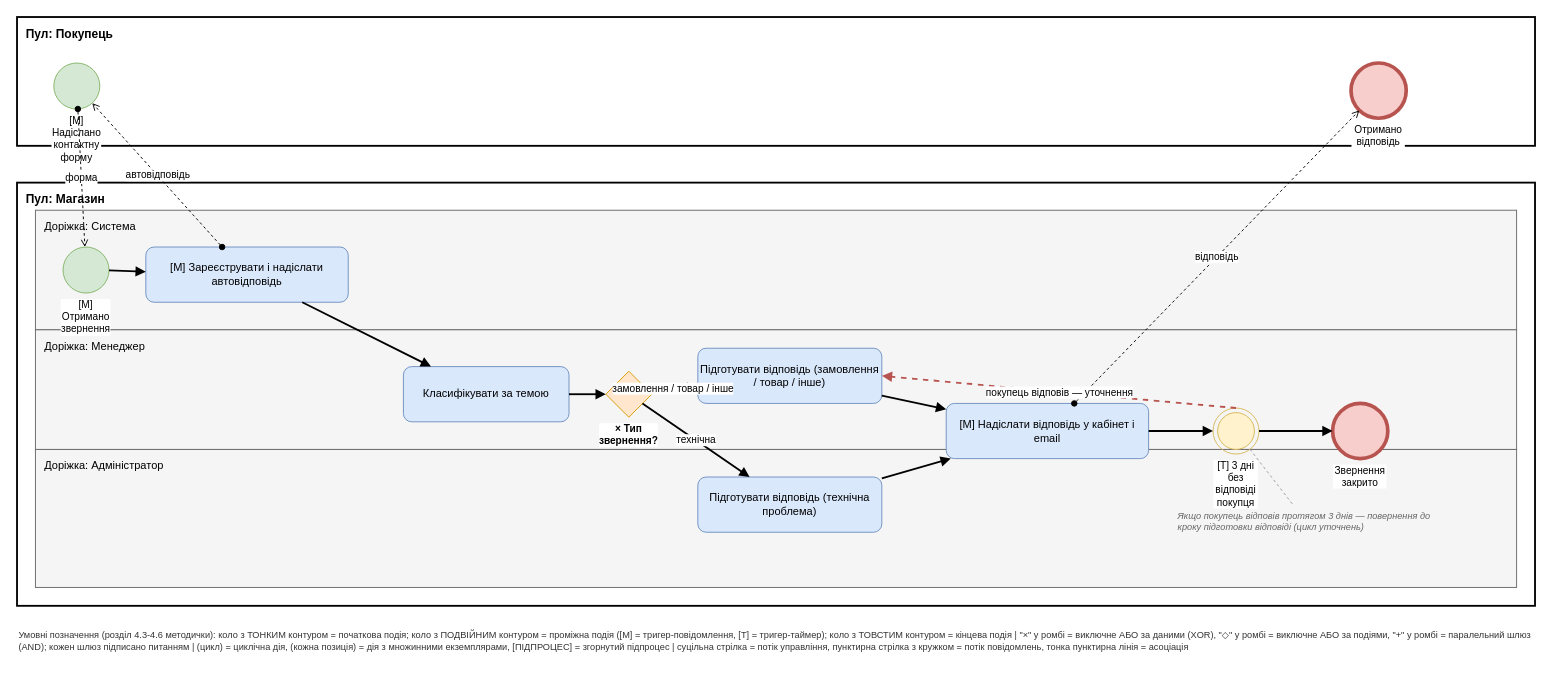
Earlier version of the draw.io diagram docs/sprint1/bpmn/03_zvernennya.drawio (vladyslavplotko/shopline-qa-team2b). Source tidied: cells renumbered, new cells numbered last; positions are measured from the earlier drawing's top-left corner, leaving out a move shared by most shapes. Both pictures are drawn from the tidied source at 92%, with x=0, y=0 at pixel (17, 17).
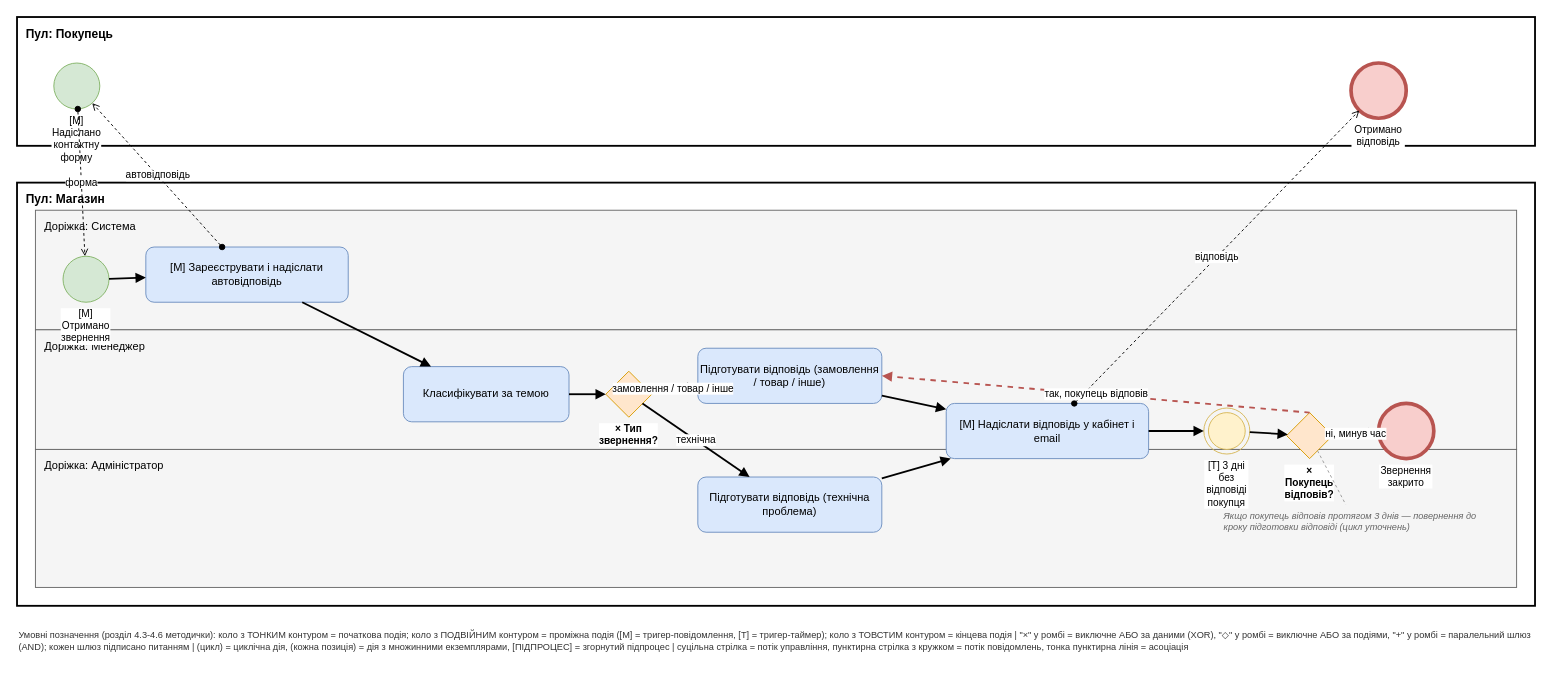
The same diagram, later.

Unchanged cells that the change refers to:
```xml
<mxCell id="3" value="[M] Надіслано контактну форму" style="ellipse;whiteSpace=wrap;html=1;strokeWidth=1;fillColor=#d5e8d4;strokeColor=#82b366;verticalLabelPosition=bottom;verticalAlign=top;labelBackgroundColor=#ffffff;fontSize=11;" parent="1" vertex="1">
  <mxGeometry x="40" y="50" width="50" height="50" as="geometry" />
</mxCell>
<mxCell id="4" value="Отримано відповідь" style="ellipse;whiteSpace=wrap;html=1;strokeWidth=4;fillColor=#f8cecc;strokeColor=#b85450;verticalLabelPosition=bottom;verticalAlign=top;labelBackgroundColor=#ffffff;fontSize=11;" parent="1" vertex="1">
  <mxGeometry x="1450" y="50" width="60" height="60" as="geometry" />
</mxCell>
<mxCell id="10" value="[M] Зареєструвати і надіслати автовідповідь" style="rounded=1;whiteSpace=wrap;html=1;fillColor=#dae8fc;strokeColor=#6c8ebf;fontSize=12;" parent="1" vertex="1">
  <mxGeometry x="140" y="250" width="220" height="60" as="geometry" />
</mxCell>
<mxCell id="11" value="Класифікувати за темою" style="rounded=1;whiteSpace=wrap;html=1;fillColor=#dae8fc;strokeColor=#6c8ebf;fontSize=12;" parent="1" vertex="1">
  <mxGeometry x="420" y="380" width="180" height="60" as="geometry" />
</mxCell>
<mxCell id="12" value="× Тип звернення?" style="rhombus;whiteSpace=wrap;html=1;fillColor=#ffe6cc;strokeColor=#d79b00;verticalLabelPosition=bottom;verticalAlign=top;labelBackgroundColor=#ffffff;fontSize=11;fontStyle=1;" parent="1" vertex="1">
  <mxGeometry x="640" y="385" width="50" height="50" as="geometry" />
</mxCell>
<mxCell id="13" value="Підготувати відповідь (замовлення / товар / інше)" style="rounded=1;whiteSpace=wrap;html=1;fillColor=#dae8fc;strokeColor=#6c8ebf;fontSize=12;" parent="1" vertex="1">
  <mxGeometry x="740" y="360" width="200" height="60" as="geometry" />
</mxCell>
<mxCell id="14" value="Підготувати відповідь (технічна проблема)" style="rounded=1;whiteSpace=wrap;html=1;fillColor=#dae8fc;strokeColor=#6c8ebf;fontSize=12;" parent="1" vertex="1">
  <mxGeometry x="740" y="500" width="200" height="60" as="geometry" />
</mxCell>
<mxCell id="15" value="[M] Надіслати відповідь у кабінет і email" style="rounded=1;whiteSpace=wrap;html=1;fillColor=#dae8fc;strokeColor=#6c8ebf;fontSize=12;" parent="1" vertex="1">
  <mxGeometry x="1010" y="420" width="220" height="60" as="geometry" />
</mxCell>
```

What changed in the source:
```diff
@@
     <mxCell id="9" value="[M] Отримано звернення" style="ellipse;whiteSpace=wrap;html=1;strokeWidth=1;fillColor=#d5e8d4;strokeColor=#82b366;verticalLabelPosition=bottom;verticalAlign=top;labelBackgroundColor=#ffffff;fontSize=11;" parent="1" vertex="1">
-      <mxGeometry x="50" y="250" width="50" height="50" as="geometry" />
+      <mxGeometry x="50" y="260" width="50" height="50" as="geometry" />
     </mxCell>
@@
     <mxCell id="16" value="[T] 3 дні без відповіді покупця" style="ellipse;whiteSpace=wrap;html=1;strokeWidth=1;fillColor=none;strokeColor=#d6b656;verticalLabelPosition=bottom;verticalAlign=top;labelBackgroundColor=#ffffff;fontSize=11;" parent="1" vertex="1">
-      <mxGeometry x="1300" y="425" width="50" height="50" as="geometry" />
+      <mxGeometry x="1290" y="425" width="50" height="50" as="geometry" />
     </mxCell>
     <mxCell id="17" style="ellipse;whiteSpace=wrap;html=1;strokeWidth=1;fillColor=#fff2cc;strokeColor=#d6b656;" parent="1" vertex="1">
-      <mxGeometry x="1305" y="430" width="40" height="40" as="geometry" />
+      <mxGeometry x="1295" y="430" width="40" height="40" as="geometry" />
     </mxCell>
-    <mxCell id="18" value="Звернення закрито" style="ellipse;whiteSpace=wrap;html=1;strokeWidth=4;fillColor=#f8cecc;strokeColor=#b85450;verticalLabelPosition=bottom;verticalAlign=top;labelBackgroundColor=#ffffff;fontSize=11;" parent="1" vertex="1">
-      <mxGeometry x="1430" y="420" width="60" height="60" as="geometry" />
+    <mxCell id="18" value="× Покупець відповів?" style="rhombus;whiteSpace=wrap;html=1;fillColor=#ffe6cc;strokeColor=#d79b00;verticalLabelPosition=bottom;verticalAlign=top;labelBackgroundColor=#ffffff;fontSize=11;fontStyle=1;" parent="1" vertex="1">
+      <mxGeometry x="1380" y="430" width="50" height="50" as="geometry" />
     </mxCell>
-    <mxCell id="19" value="Якщо покупець відповів протягом 3 днів — повернення до кроку підготовки відповіді (цикл уточнень)" style="text;html=1;align=left;verticalAlign=top;whiteSpace=wrap;fontSize=10;fontStyle=2;fontColor=#666666;" parent="1" vertex="1">
-      <mxGeometry x="1260" y="530" width="300" height="60" as="geometry" />
+    <mxCell id="19" value="Звернення закрито" style="ellipse;whiteSpace=wrap;html=1;strokeWidth=4;fillColor=#f8cecc;strokeColor=#b85450;verticalLabelPosition=bottom;verticalAlign=top;labelBackgroundColor=#ffffff;fontSize=11;" parent="1" vertex="1">
+      <mxGeometry x="1480" y="420" width="60" height="60" as="geometry" />
     </mxCell>
-    <mxCell id="20" style="endArrow=block;html=1;strokeWidth=2;rounded=0;" parent="1" edge="1" source="9" target="10">
-      <mxGeometry relative="1" as="geometry" />
+    <mxCell id="20" value="Якщо покупець відповів протягом 3 днів — повернення до кроку підготовки відповіді (цикл уточнень)" style="text;html=1;align=left;verticalAlign=top;whiteSpace=wrap;fontSize=10;fontStyle=2;fontColor=#666666;" parent="1" vertex="1">
+      <mxGeometry x="1310" y="530" width="300" height="60" as="geometry" />
     </mxCell>
-    <mxCell id="21" style="endArrow=block;html=1;strokeWidth=2;rounded=0;" parent="1" edge="1" source="10" target="11">
+    <mxCell id="21" style="endArrow=block;html=1;strokeWidth=2;rounded=0;" parent="1" edge="1" source="9" target="10">
       <mxGeometry relative="1" as="geometry" />
     </mxCell>
-    <mxCell id="22" style="endArrow=block;html=1;strokeWidth=2;rounded=0;" parent="1" edge="1" source="11" target="12">
+    <mxCell id="22" style="endArrow=block;html=1;strokeWidth=2;rounded=0;" parent="1" edge="1" source="10" target="11">
       <mxGeometry relative="1" as="geometry" />
     </mxCell>
-    <mxCell id="23" value="замовлення / товар / інше" style="endArrow=block;html=1;strokeWidth=2;rounded=0;" parent="1" edge="1" source="12" target="13">
+    <mxCell id="23" style="endArrow=block;html=1;strokeWidth=2;rounded=0;" parent="1" edge="1" source="11" target="12">
       <mxGeometry relative="1" as="geometry" />
     </mxCell>
-    <mxCell id="24" value="технічна" style="endArrow=block;html=1;strokeWidth=2;rounded=0;" parent="1" edge="1" source="12" target="14">
+    <mxCell id="24" value="замовлення / товар / інше" style="endArrow=block;html=1;strokeWidth=2;rounded=0;" parent="1" edge="1" source="12" target="13">
       <mxGeometry relative="1" as="geometry" />
     </mxCell>
-    <mxCell id="25" style="endArrow=block;html=1;strokeWidth=2;rounded=0;" parent="1" edge="1" source="13" target="15">
+    <mxCell id="25" value="технічна" style="endArrow=block;html=1;strokeWidth=2;rounded=0;" parent="1" edge="1" source="12" target="14">
       <mxGeometry relative="1" as="geometry" />
     </mxCell>
-    <mxCell id="26" style="endArrow=block;html=1;strokeWidth=2;rounded=0;" parent="1" edge="1" source="14" target="15">
+    <mxCell id="26" style="endArrow=block;html=1;strokeWidth=2;rounded=0;" parent="1" edge="1" source="13" target="15">
       <mxGeometry relative="1" as="geometry" />
     </mxCell>
-    <mxCell id="27" style="endArrow=block;html=1;strokeWidth=2;rounded=0;" parent="1" edge="1" source="15" target="16">
+    <mxCell id="27" style="endArrow=block;html=1;strokeWidth=2;rounded=0;" parent="1" edge="1" source="14" target="15">
       <mxGeometry relative="1" as="geometry" />
     </mxCell>
-    <mxCell id="28" style="endArrow=block;html=1;strokeWidth=2;rounded=0;" parent="1" edge="1" source="16" target="18">
+    <mxCell id="28" style="endArrow=block;html=1;strokeWidth=2;rounded=0;" parent="1" edge="1" source="15" target="16">
       <mxGeometry relative="1" as="geometry" />
     </mxCell>
-    <mxCell id="29" value="форма" style="endArrow=open;html=1;dashed=1;startArrow=oval;startFill=1;strokeWidth=1;strokeColor=#000000;" parent="1" edge="1" source="3" target="9">
+    <mxCell id="29" style="endArrow=block;html=1;strokeWidth=2;rounded=0;" parent="1" edge="1" source="16" target="18">
       <mxGeometry relative="1" as="geometry" />
     </mxCell>
-    <mxCell id="30" value="автовідповідь" style="endArrow=open;html=1;dashed=1;startArrow=oval;startFill=1;strokeWidth=1;strokeColor=#000000;" parent="1" edge="1" source="10" target="3">
+    <mxCell id="30" value="ні, минув час" style="endArrow=block;html=1;strokeWidth=2;rounded=0;" parent="1" edge="1" source="18" target="19">
       <mxGeometry relative="1" as="geometry" />
     </mxCell>
-    <mxCell id="31" value="відповідь" style="endArrow=open;html=1;dashed=1;startArrow=oval;startFill=1;strokeWidth=1;strokeColor=#000000;" parent="1" edge="1" source="15" target="4">
+    <mxCell id="31" value="форма" style="endArrow=open;html=1;dashed=1;startArrow=oval;startFill=1;strokeWidth=1;strokeColor=#000000;" parent="1" edge="1" source="3" target="9">
       <mxGeometry relative="1" as="geometry" />
     </mxCell>
-    <mxCell id="32" value="покупець відповів — уточнення" style="endArrow=block;html=1;strokeWidth=2;dashed=1;strokeColor=#b85450;exitX=0.5;exitY=0;entryX=1;entryY=0.5;curved=1;" parent="1" edge="1" source="16" target="13">
+    <mxCell id="32" value="автовідповідь" style="endArrow=open;html=1;dashed=1;startArrow=oval;startFill=1;strokeWidth=1;strokeColor=#000000;" parent="1" edge="1" source="10" target="3">
       <mxGeometry relative="1" as="geometry" />
     </mxCell>
-    <mxCell id="33" style="endArrow=none;html=1;dashed=1;strokeColor=#999999;" parent="1" edge="1" source="16" target="19">
+    <mxCell id="33" value="відповідь" style="endArrow=open;html=1;dashed=1;startArrow=oval;startFill=1;strokeWidth=1;strokeColor=#000000;" parent="1" edge="1" source="15" target="4">
       <mxGeometry relative="1" as="geometry" />
     </mxCell>
-    <mxCell id="34" value="Умовні позначення (розділ 4.3-4.6 методички): коло з ТОНКИМ контуром = початкова подія; коло з ПОДВІЙНИМ контуром = проміжна подія ([M] = тригер-повідомлення, [T] = тригер-таймер); коло з ТОВСТИМ контуром = кінцева подія | &quot;×&quot; у ромбі = виключне АБО за даними (XOR), &quot;◇&quot; у ромбі = виключне АБО за подіями, &quot;+&quot; у ромбі = паралельний шлюз (AND); кожен шлюз підписано питанням | (цикл) = циклічна дія, (кожна позиція) = дія з множинними екземплярами, [ПІДПРОЦЕС] = згорнутий підпроцес | суцільна стрілка = потік управління, пунктирна стрілка з кружком = потік повідомлень, тонка пунктирна лінія = асоціація" style="text;html=1;align=left;verticalAlign=top;whiteSpace=wrap;rounded=0;fontSize=10;fontColor=#333333;" parent="1" vertex="1">
-      <mxGeometry y="660" width="1650" height="40" as="geometry" />
+    <mxCell id="34" value="так, покупець відповів" style="endArrow=block;html=1;strokeWidth=2;dashed=1;strokeColor=#b85450;exitX=0.5;exitY=0;entryX=1;entryY=0.5;curved=1;" parent="1" edge="1" source="18" target="13">
+      <mxGeometry relative="1" as="geometry" />
     </mxCell>
+    <mxCell id="35" style="endArrow=none;html=1;dashed=1;strokeColor=#999999;" parent="1" edge="1" source="18" target="20">
+      <mxGeometry relative="1" as="geometry" />
+    </mxCell>
+    <mxCell id="36" value="Умовні позначення (розділ 4.3-4.6 методички): коло з ТОНКИМ контуром = початкова подія; коло з ПОДВІЙНИМ контуром = проміжна подія ([M] = тригер-повідомлення, [T] = тригер-таймер); коло з ТОВСТИМ контуром = кінцева подія | &quot;×&quot; у ромбі = виключне АБО за даними (XOR), &quot;◇&quot; у ромбі = виключне АБО за подіями, &quot;+&quot; у ромбі = паралельний шлюз (AND); кожен шлюз підписано питанням | (цикл) = циклічна дія, (кожна позиція) = дія з множинними екземплярами, [ПІДПРОЦЕС] = згорнутий підпроцес | суцільна стрілка = потік управління, пунктирна стрілка з кружком = потік повідомлень, тонка пунктирна лінія = асоціація" style="text;html=1;align=left;verticalAlign=top;whiteSpace=wrap;rounded=0;fontSize=10;fontColor=#333333;" parent="1" vertex="1">
+      <mxGeometry y="660" width="1650" height="40" as="geometry" />
+    </mxCell>
```
